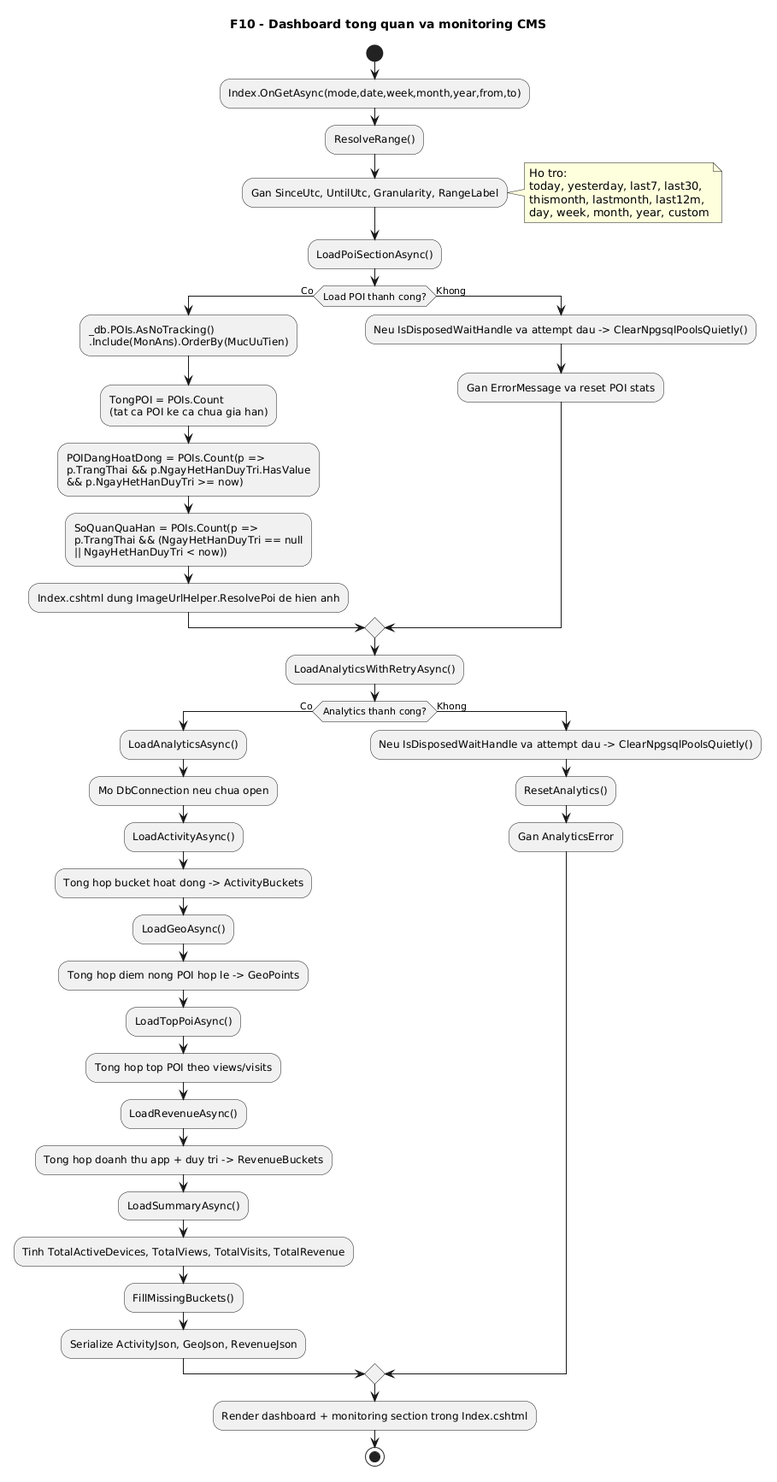
The PlantUML diagram docs/diagrams/png/10-dashboard-activity.png in VoBao182/PhoAmThuc, before a commit.
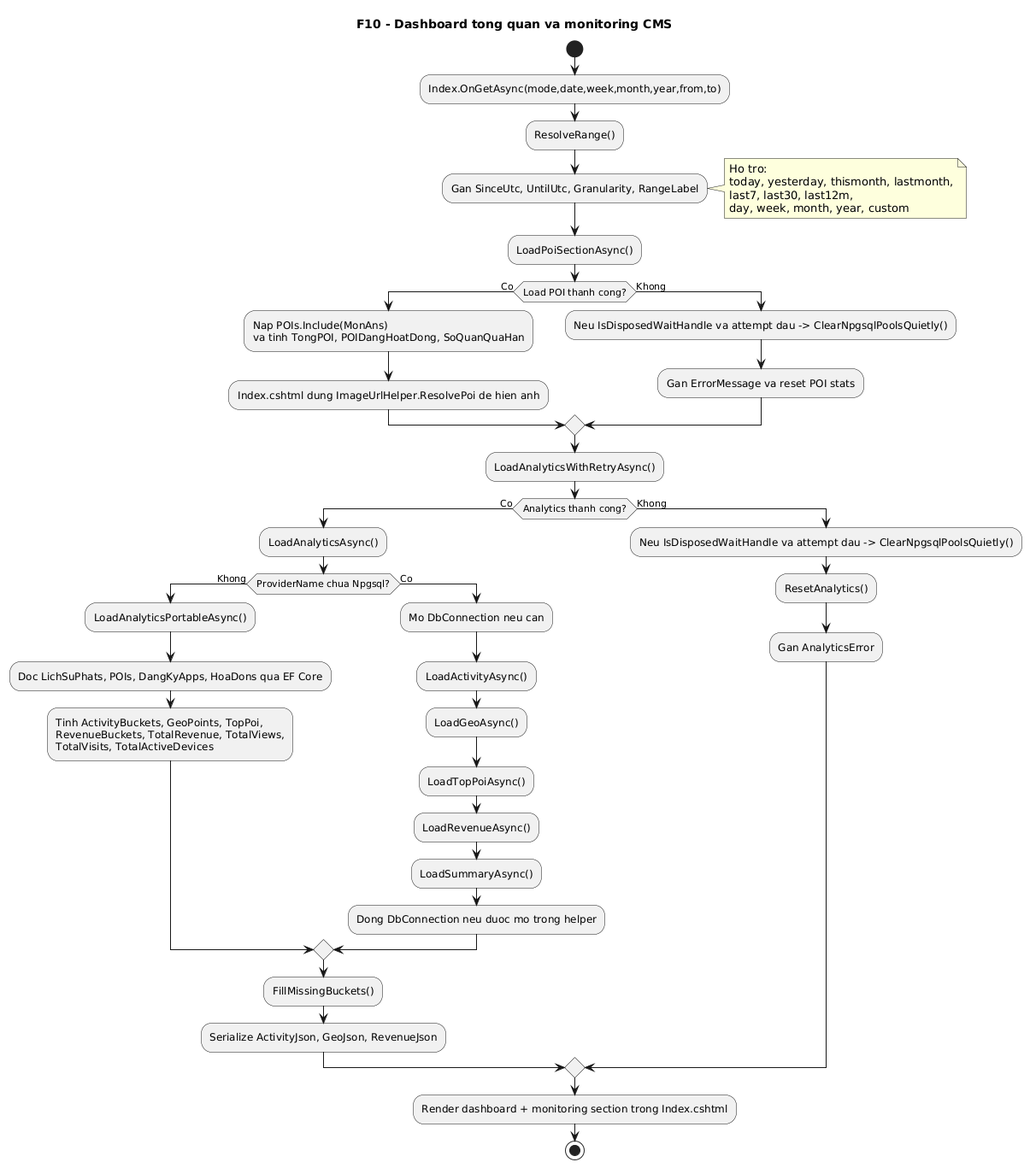
After the commit.

The edit, as a diff of the source:
```diff
@@ -6,17 +6,14 @@
 :Gan SinceUtc, UntilUtc, Granularity, RangeLabel;
 note right
   Ho tro:
-  today, yesterday, last7, last30,
-  thismonth, lastmonth, last12m,
+  today, yesterday, thismonth, lastmonth,
+  last7, last30, last12m,
   day, week, month, year, custom
 end note
 
 :LoadPoiSectionAsync();
 if (Load POI thanh cong?) then (Co)
-  :_db.POIs.AsNoTracking()\n.Include(MonAns).OrderBy(MucUuTien);
-  :TongPOI = POIs.Count\n(tat ca POI ke ca chua gia han);
-  :POIDangHoatDong = POIs.Count(p =>\np.TrangThai && p.NgayHetHanDuyTri.HasValue\n&& p.NgayHetHanDuyTri >= now);
-  :SoQuanQuaHan = POIs.Count(p =>\np.TrangThai && (NgayHetHanDuyTri == null\n|| NgayHetHanDuyTri < now));
+  :Nap POIs.Include(MonAns)\nva tinh TongPOI, POIDangHoatDong, SoQuanQuaHan;
   :Index.cshtml dung ImageUrlHelper.ResolvePoi de hien anh;
 else (Khong)
   :Neu IsDisposedWaitHandle va attempt dau -> ClearNpgsqlPoolsQuietly();
@@ -26,17 +23,19 @@
 :LoadAnalyticsWithRetryAsync();
 if (Analytics thanh cong?) then (Co)
   :LoadAnalyticsAsync();
-  :Mo DbConnection neu chua open;
-  :LoadActivityAsync();
-  :Tong hop bucket hoat dong -> ActivityBuckets;
-  :LoadGeoAsync();
-  :Tong hop diem nong POI hop le -> GeoPoints;
-  :LoadTopPoiAsync();
-  :Tong hop top POI theo views/visits;
-  :LoadRevenueAsync();
-  :Tong hop doanh thu app + duy tri -> RevenueBuckets;
-  :LoadSummaryAsync();
-  :Tinh TotalActiveDevices, TotalViews, TotalVisits, TotalRevenue;
+  if (ProviderName chua Npgsql?) then (Khong)
+    :LoadAnalyticsPortableAsync();
+    :Doc LichSuPhats, POIs, DangKyApps, HoaDons qua EF Core;
+    :Tinh ActivityBuckets, GeoPoints, TopPoi,\nRevenueBuckets, TotalRevenue, TotalViews,\nTotalVisits, TotalActiveDevices;
+  else (Co)
+    :Mo DbConnection neu can;
+    :LoadActivityAsync();
+    :LoadGeoAsync();
+    :LoadTopPoiAsync();
+    :LoadRevenueAsync();
+    :LoadSummaryAsync();
+    :Dong DbConnection neu duoc mo trong helper;
+  endif
   :FillMissingBuckets();
   :Serialize ActivityJson, GeoJson, RevenueJson;
 else (Khong)
```
